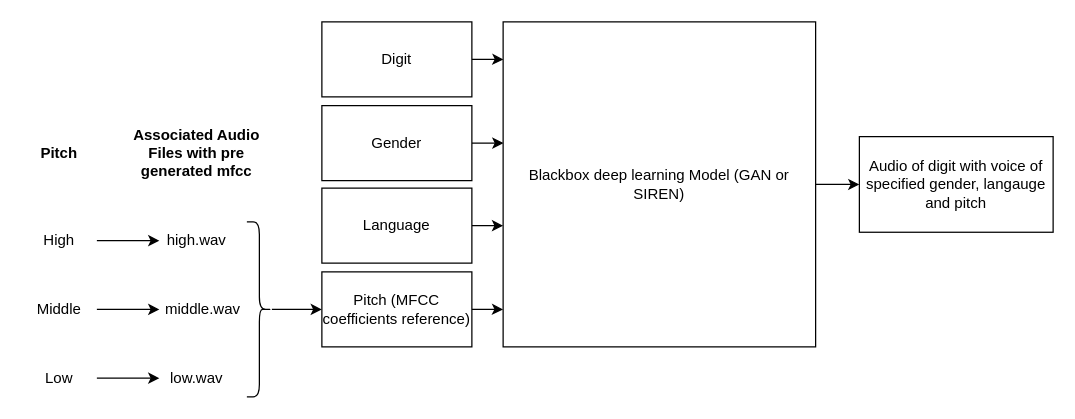
Before: page "interface" (1 of 4) of docs/figures.drawio in reauso/Digit2Speech, a draw.io diagram. Source tidied: cells renumbered, new cells numbered last; positions are measured from the earlier drawing's top-left corner, leaving out a move shared by most shapes. Both pictures are drawn from the tidied source at 125%, with x=0, y=0 at pixel (21, 21).
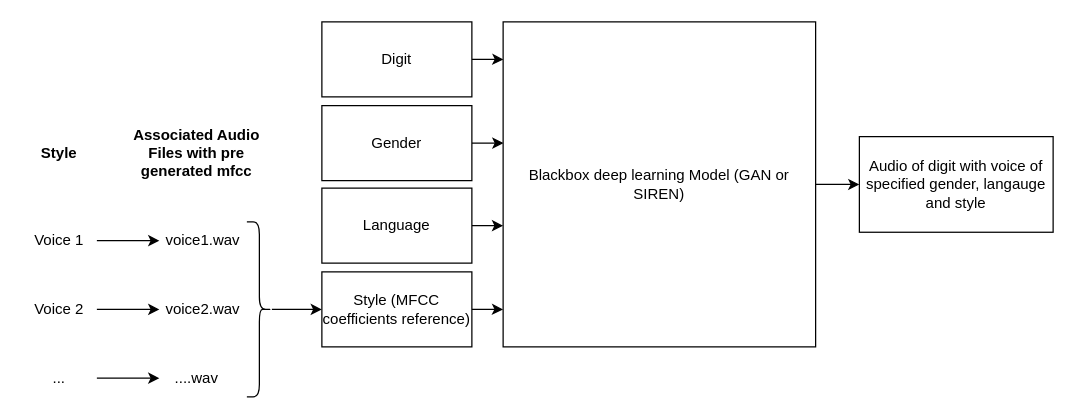
Above is the later version.

What changed in the source:
```diff
@@
-    <mxCell id="3" value="High" style="text;html=1;strokeColor=none;fillColor=none;align=center;verticalAlign=middle;whiteSpace=wrap;rounded=0;" parent="1" vertex="1">
+    <mxCell id="3" value="Voice 1" style="text;html=1;strokeColor=none;fillColor=none;align=center;verticalAlign=middle;whiteSpace=wrap;rounded=0;" parent="1" vertex="1">
       <mxGeometry y="160" width="60" height="30" as="geometry" />
     </mxCell>
@@
-    <mxCell id="5" value="Middle" style="text;html=1;strokeColor=none;fillColor=none;align=center;verticalAlign=middle;whiteSpace=wrap;rounded=0;" parent="1" vertex="1">
+    <mxCell id="5" value="Voice 2" style="text;html=1;strokeColor=none;fillColor=none;align=center;verticalAlign=middle;whiteSpace=wrap;rounded=0;" parent="1" vertex="1">
       <mxGeometry y="215" width="60" height="30" as="geometry" />
     </mxCell>
@@
-    <mxCell id="7" value="Low" style="text;html=1;strokeColor=none;fillColor=none;align=center;verticalAlign=middle;whiteSpace=wrap;rounded=0;" parent="1" vertex="1">
+    <mxCell id="7" value="..." style="text;html=1;strokeColor=none;fillColor=none;align=center;verticalAlign=middle;whiteSpace=wrap;rounded=0;" parent="1" vertex="1">
       <mxGeometry y="270" width="60" height="30" as="geometry" />
     </mxCell>
-    <mxCell id="8" value="high.wav" style="text;html=1;strokeColor=none;fillColor=none;align=center;verticalAlign=middle;whiteSpace=wrap;rounded=0;" parent="1" vertex="1">
-      <mxGeometry x="110" y="160" width="60" height="30" as="geometry" />
+    <mxCell id="8" value="voice1.wav" style="text;html=1;strokeColor=none;fillColor=none;align=center;verticalAlign=middle;whiteSpace=wrap;rounded=0;" parent="1" vertex="1">
+      <mxGeometry x="110" y="160" width="70" height="30" as="geometry" />
     </mxCell>
-    <mxCell id="9" value="middle.wav" style="text;html=1;strokeColor=none;fillColor=none;align=center;verticalAlign=middle;whiteSpace=wrap;rounded=0;" parent="1" vertex="1">
+    <mxCell id="9" value="voice2.wav" style="text;html=1;strokeColor=none;fillColor=none;align=center;verticalAlign=middle;whiteSpace=wrap;rounded=0;" parent="1" vertex="1">
       <mxGeometry x="110" y="215" width="70" height="30" as="geometry" />
     </mxCell>
-    <mxCell id="10" value="low.wav" style="text;html=1;strokeColor=none;fillColor=none;align=center;verticalAlign=middle;whiteSpace=wrap;rounded=0;" parent="1" vertex="1">
+    <mxCell id="10" value="....wav" style="text;html=1;strokeColor=none;fillColor=none;align=center;verticalAlign=middle;whiteSpace=wrap;rounded=0;" parent="1" vertex="1">
       <mxGeometry x="110" y="270" width="60" height="30" as="geometry" />
     </mxCell>
-    <mxCell id="11" value="Pitch" style="text;html=1;strokeColor=none;fillColor=none;align=center;verticalAlign=middle;whiteSpace=wrap;rounded=0;fontStyle=1;" parent="1" vertex="1">
+    <mxCell id="11" value="Style" style="text;html=1;strokeColor=none;fillColor=none;align=center;verticalAlign=middle;whiteSpace=wrap;rounded=0;fontStyle=1;" parent="1" vertex="1">
       <mxGeometry y="90" width="60" height="30" as="geometry" />
     </mxCell>
@@
-    <mxCell id="22" value="Pitch (MFCC coefficients reference)" style="rounded=0;whiteSpace=wrap;html=1;" parent="1" vertex="1">
+    <mxCell id="22" value="Style (MFCC coefficients reference)" style="rounded=0;whiteSpace=wrap;html=1;" parent="1" vertex="1">
       <mxGeometry x="240" y="200" width="120" height="60" as="geometry" />
     </mxCell>
@@
-    <mxCell id="25" value="Audio of digit with voice of specified gender, langauge and pitch" style="whiteSpace=wrap;html=1;rounded=0;" parent="1" vertex="1">
+    <mxCell id="25" value="Audio of digit with voice of specified gender, langauge and style" style="whiteSpace=wrap;html=1;rounded=0;" parent="1" vertex="1">
       <mxGeometry x="670" y="91.8" width="155" height="76.5" as="geometry" />
     </mxCell>
```
